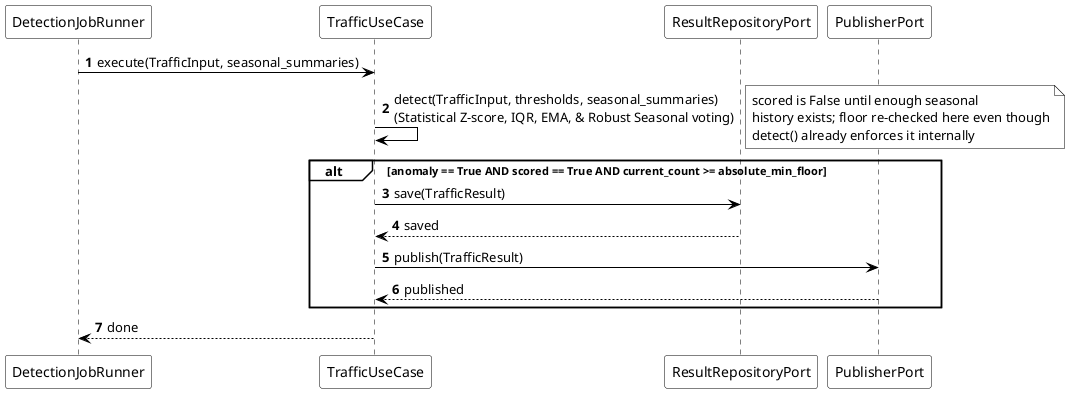
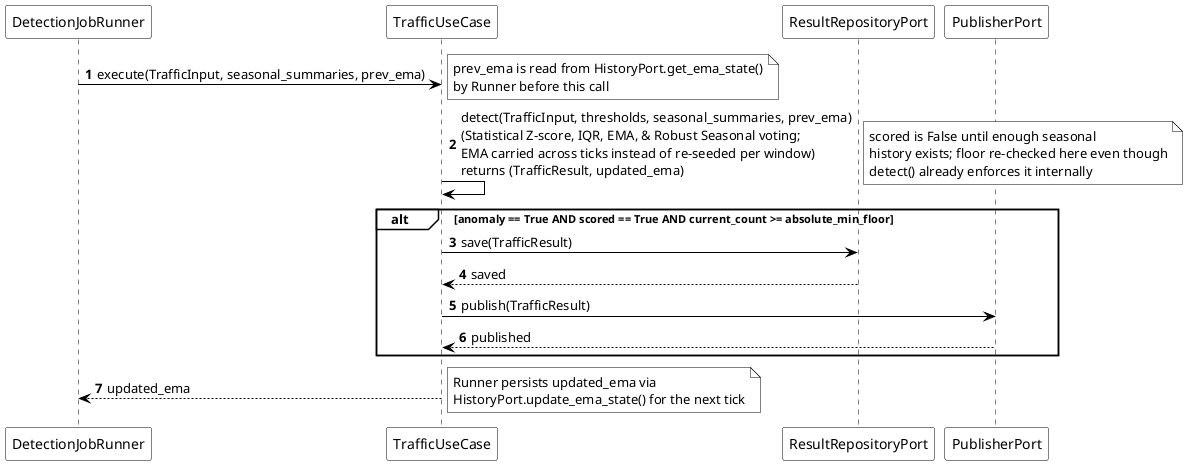
@startuml sequence-traffic-spike-uc1
autonumber
<style>
root {
  BackgroundColor white
  LineColor black
  FontColor black
}
sequenceDiagram {
  participant {
    Padding 10
  }
}
</style>

participant "DetectionJobRunner" as Runner
participant "TrafficUseCase" as UseCase
participant "ResultRepositoryPort" as ResultRepo
participant "PublisherPort" as Publisher

- Runner -> UseCase : execute(TrafficInput, seasonal_summaries)
- UseCase -> UseCase : detect(TrafficInput, thresholds, seasonal_summaries)\n(Statistical Z-score, IQR, EMA, & Robust Seasonal voting)
+ Runner -> UseCase : execute(TrafficInput, seasonal_summaries, prev_ema)
+ note right: prev_ema is read from HistoryPort.get_ema_state()\nby Runner before this call
+ UseCase -> UseCase : detect(TrafficInput, thresholds, seasonal_summaries, prev_ema)\n(Statistical Z-score, IQR, EMA, & Robust Seasonal voting;\nEMA carried across ticks instead of re-seeded per window)\nreturns (TrafficResult, updated_ema)

alt anomaly == True AND scored == True AND current_count >= absolute_min_floor
    note right: scored is False until enough seasonal\nhistory exists; floor re-checked here even though\ndetect() already enforces it internally
    UseCase -> ResultRepo : save(TrafficResult)
    ResultRepo --> UseCase : saved
    UseCase -> Publisher : publish(TrafficResult)
    Publisher --> UseCase : published
end
- UseCase --> Runner : done
+ UseCase --> Runner : updated_ema
+ note right: Runner persists updated_ema via\nHistoryPort.update_ema_state() for the next tick

@enduml
